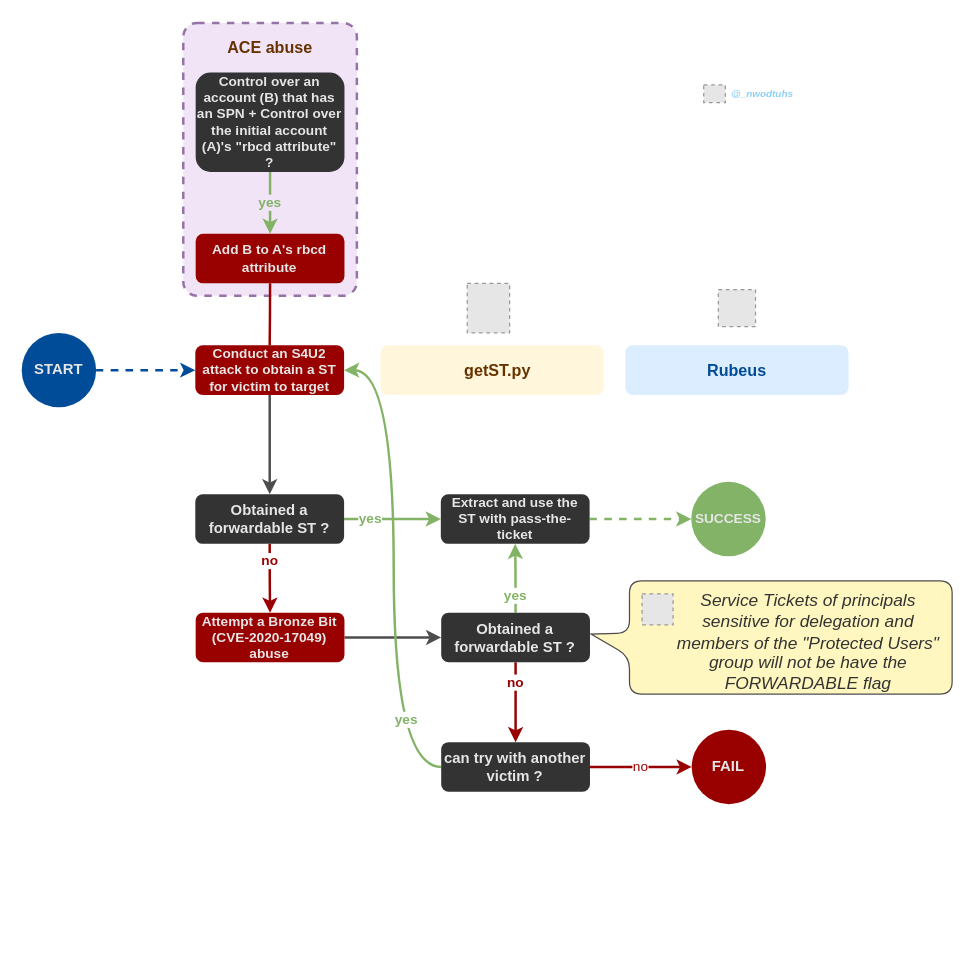
Before: page "rbcd" (3 of 4) of .assets/drawios/Kerberos_delegations.drawio in The-Hacker-Recipes/The-Hacker-Recipes, a draw.io diagram. Source tidied: cells renumbered, new cells numbered last; positions are measured from the earlier drawing's top-left corner, leaving out a move shared by most shapes. Both pictures are drawn from the tidied source at 124%, with x=0, y=0 at pixel (21, 22). Pictures stored in the file or linked from it are replaced by grey dashed boxes.
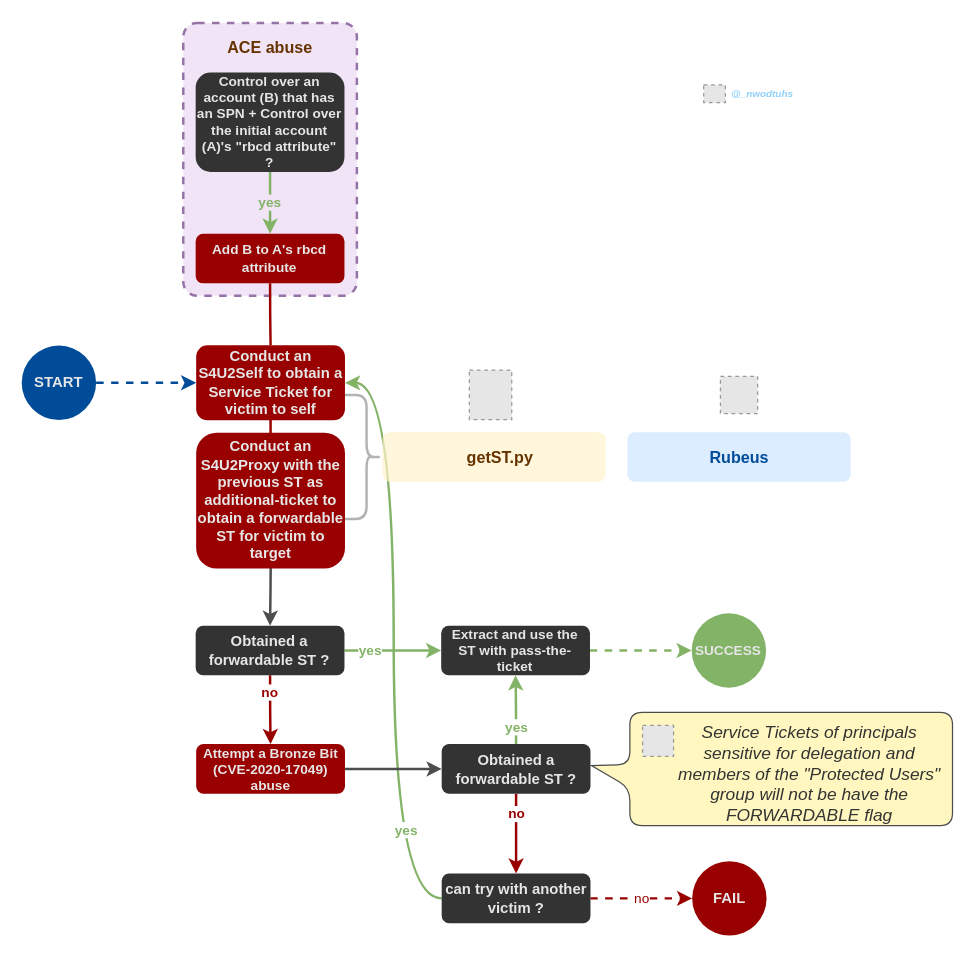
The same diagram, later.

Unchanged cells that the change refers to:
```xml
<mxCell id="33" value="Add B to A's rbcd attribute" style="rounded=1;whiteSpace=wrap;html=1;fontColor=#E6E6E6;fontStyle=1;strokeColor=none;fillColor=#990000;fontSize=11;" parent="1" vertex="1">
  <mxGeometry x="140.3" y="170" width="120" height="40" as="geometry" />
</mxCell>
```

Diff of the diagram source:
```diff
@@
+    <mxCell id="38" style="shape=curlyBracket;whiteSpace=wrap;html=1;rounded=1;flipH=1;size=0.40535062829347385;strokeColor=#B3B3B3;strokeWidth=2;" parent="1" vertex="1">
+      <mxGeometry x="260.7" y="300" width="29.3" height="100" as="geometry" />
+    </mxCell>
+    <mxCell id="26" value="yes" style="edgeStyle=orthogonalEdgeStyle;rounded=0;jettySize=auto;html=1;labelBackgroundColor=#ffffff;endArrow=classic;endFill=1;strokeWidth=2;fontSize=11;curved=1;fontColor=#82B366;strokeColor=#82B366;fontStyle=1;entryX=1;entryY=0.5;entryDx=0;entryDy=0;" parent="1" edge="1" source="28" target="40">
+      <mxGeometry x="-0.62" y="-10" relative="1" as="geometry">
+        <Array as="points">
+          <mxPoint x="300" y="706" />
+          <mxPoint x="300" y="290" />
+        </Array>
+      </mxGeometry>
+    </mxCell>
@@
-    <mxCell id="3" style="edgeStyle=orthogonalEdgeStyle;rounded=0;jettySize=auto;html=1;fontSize=11;fontColor=#000000;strokeWidth=2;curved=1;strokeColor=#004C99;dashed=1;entryX=0;entryY=0.5;entryDx=0;entryDy=0;" parent="1" edge="1" source="4" target="8">
+    <mxCell id="3" style="edgeStyle=orthogonalEdgeStyle;rounded=0;jettySize=auto;html=1;fontSize=11;fontColor=#000000;strokeWidth=2;curved=1;strokeColor=#004C99;dashed=1;entryX=0;entryY=0.5;entryDx=0;entryDy=0;" parent="1" edge="1" source="4" target="40">
       <mxGeometry relative="1" as="geometry" />
     </mxCell>
     <mxCell id="4" value="START" style="ellipse;whiteSpace=wrap;html=1;fontSize=12;fontStyle=1;fontColor=#E6E6E6;strokeColor=none;fillColor=#004C99;" parent="1" vertex="1">
-      <mxGeometry y="250" width="60" height="60" as="geometry" />
+      <mxGeometry y="260.2" width="60" height="60" as="geometry" />
     </mxCell>
@@
-    <mxCell id="7" style="edgeStyle=orthogonalEdgeStyle;rounded=0;jettySize=auto;html=1;labelBackgroundColor=#ffffff;endArrow=classic;endFill=1;strokeColor=#4D4D4D;strokeWidth=2;fontSize=11;fontColor=#000000;curved=1;" parent="1" edge="1" source="8" target="17">
-      <mxGeometry relative="1" as="geometry" />
+    <mxCell id="7" style="edgeStyle=orthogonalEdgeStyle;rounded=0;jettySize=auto;html=1;labelBackgroundColor=#ffffff;endArrow=classic;endFill=1;strokeColor=#4D4D4D;strokeWidth=2;fontSize=11;fontColor=#000000;curved=1;exitX=0.5;exitY=1;exitDx=0;exitDy=0;" parent="1" edge="1" target="17">
+      <mxGeometry relative="1" as="geometry">
+        <mxPoint x="200.7" y="356" as="sourcePoint" />
+      </mxGeometry>
     </mxCell>
-    <mxCell id="8" value="Conduct an S4U2 attack to obtain a ST for victim to target" style="rounded=1;whiteSpace=wrap;html=1;fontColor=#E6E6E6;fontStyle=1;strokeColor=none;fillColor=#990000;fontSize=11;" parent="1" vertex="1">
-      <mxGeometry x="140" y="260" width="120" height="40" as="geometry" />
-    </mxCell>
     <mxCell id="9" style="rounded=1;whiteSpace=wrap;html=1;fillColor=#fff2cc;strokeColor=none;opacity=70;" parent="1" vertex="1">
-      <mxGeometry x="289.3" y="260" width="180" height="40" as="geometry" />
+      <mxGeometry x="291" y="330" width="180" height="40" as="geometry" />
     </mxCell>
     <mxCell id="10" style="rounded=1;whiteSpace=wrap;html=1;fillColor=#CCE5FF;opacity=70;strokeColor=none;" parent="1" vertex="1">
-      <mxGeometry x="486.8" y="260" width="180" height="40" as="geometry" />
+      <mxGeometry x="488.5" y="330" width="180" height="40" as="geometry" />
     </mxCell>
     <mxCell id="11" value="Rubeus" style="text;html=1;strokeColor=none;fillColor=none;align=center;verticalAlign=middle;whiteSpace=wrap;rounded=0;fontSize=13;fontStyle=1;fontColor=#004C99;" parent="1" vertex="1">
-      <mxGeometry x="491.8" y="270" width="170" height="20" as="geometry" />
+      <mxGeometry x="493.5" y="340" width="170" height="20" as="geometry" />
     </mxCell>
     <mxCell id="12" value="getST.py" style="text;html=1;strokeColor=none;fillColor=none;align=center;verticalAlign=middle;whiteSpace=wrap;rounded=0;fontSize=13;fontStyle=1;fontColor=#663300;" parent="1" vertex="1">
-      <mxGeometry x="299.3" y="270" width="170" height="20" as="geometry" />
+      <mxGeometry x="301" y="340" width="170" height="20" as="geometry" />
     </mxCell>
     <mxCell id="13" style="fillColor=#E6E6E6;strokeColor=#999999;dashed=1;verticalLabelPosition=bottom;labelBackgroundColor=#ffffff;verticalAlign=top;" parent="1" vertex="1">
-      <mxGeometry x="359.3" y="210" width="34.2" height="40" as="geometry" />
+      <mxGeometry x="361" y="280" width="34.2" height="40" as="geometry" />
     </mxCell>
     <mxCell id="14" style="fillColor=#E6E6E6;strokeColor=#999999;dashed=1;verticalLabelPosition=bottom;labelBackgroundColor=#ffffff;verticalAlign=top;" parent="1" vertex="1">
-      <mxGeometry x="561.8" y="215" width="30" height="30" as="geometry" />
+      <mxGeometry x="563.5" y="285" width="30" height="30" as="geometry" />
     </mxCell>
@@
     <mxCell id="17" value="Obtained a forwardable ST ?" style="rounded=1;whiteSpace=wrap;html=1;fontColor=#E6E6E6;fontStyle=1;strokeColor=none;fontSize=12;fillColor=#333333;" parent="1" vertex="1">
-      <mxGeometry x="140" y="380.1" width="120" height="40" as="geometry" />
+      <mxGeometry x="140.3" y="486.1" width="120" height="40" as="geometry" />
     </mxCell>
@@
     <mxCell id="19" value="Extract and use the ST with pass-the-ticket" style="rounded=1;whiteSpace=wrap;html=1;fontColor=#E6E6E6;fontStyle=1;strokeColor=none;fontSize=11;fillColor=#333333;" parent="1" vertex="1">
-      <mxGeometry x="338" y="380.1" width="120" height="40" as="geometry" />
+      <mxGeometry x="338.3" y="486.1" width="120" height="40" as="geometry" />
     </mxCell>
     <mxCell id="20" value="SUCCESS" style="ellipse;whiteSpace=wrap;html=1;fontSize=11;fontStyle=1;fillColor=#82B366;strokeColor=none;fontColor=#E6E6E6;" parent="1" vertex="1">
-      <mxGeometry x="540" y="370.1" width="60" height="60" as="geometry" />
+      <mxGeometry x="540.3" y="476.1" width="60" height="60" as="geometry" />
     </mxCell>
@@
     <mxCell id="22" value="Attempt a Bronze Bit (CVE-2020-17049) abuse" style="rounded=1;whiteSpace=wrap;html=1;fontColor=#E6E6E6;fontStyle=1;strokeColor=none;fillColor=#990000;fontSize=11;" parent="1" vertex="1">
-      <mxGeometry x="140.3" y="475.6" width="120" height="40" as="geometry" />
+      <mxGeometry x="140.7" y="581.6" width="120" height="40" as="geometry" />
     </mxCell>
@@
     <mxCell id="25" value="Obtained a forwardable ST ?" style="rounded=1;whiteSpace=wrap;html=1;fontColor=#E6E6E6;fontStyle=1;strokeColor=none;fontSize=12;fillColor=#333333;" parent="1" vertex="1">
-      <mxGeometry x="338.3" y="475.6" width="120" height="40" as="geometry" />
+      <mxGeometry x="338.7" y="581.6" width="120" height="40" as="geometry" />
     </mxCell>
-    <mxCell id="26" value="yes" style="edgeStyle=orthogonalEdgeStyle;rounded=0;jettySize=auto;html=1;labelBackgroundColor=#ffffff;endArrow=classic;endFill=1;strokeWidth=2;fontSize=11;curved=1;fontColor=#82B366;strokeColor=#82B366;fontStyle=1;" parent="1" edge="1" source="28" target="8">
-      <mxGeometry x="-0.62" y="-10" relative="1" as="geometry">
-        <Array as="points">
-          <mxPoint x="300" y="600" />
-          <mxPoint x="300" y="280" />
-        </Array>
-      </mxGeometry>
-    </mxCell>
-    <mxCell id="27" value="no" style="edgeStyle=orthogonalEdgeStyle;rounded=0;jettySize=auto;html=1;labelBackgroundColor=#ffffff;endArrow=classic;endFill=1;strokeColor=#990000;strokeWidth=2;fontSize=11;fontColor=#990000;curved=1;" parent="1" edge="1" source="28" target="29">
+    <mxCell id="27" value="no" style="edgeStyle=orthogonalEdgeStyle;rounded=0;jettySize=auto;html=1;labelBackgroundColor=#ffffff;endArrow=classic;endFill=1;strokeColor=#990000;strokeWidth=2;fontSize=11;fontColor=#990000;curved=1;dashed=1;" parent="1" edge="1" source="28" target="29">
       <mxGeometry relative="1" as="geometry" />
     </mxCell>
     <mxCell id="28" value="can try with another victim ?" style="rounded=1;whiteSpace=wrap;html=1;fontColor=#E6E6E6;fontStyle=1;strokeColor=none;fontSize=12;fillColor=#333333;" parent="1" vertex="1">
-      <mxGeometry x="338.3" y="580" width="120" height="40" as="geometry" />
+      <mxGeometry x="338.7" y="686" width="120" height="40" as="geometry" />
     </mxCell>
     <mxCell id="29" value="FAIL" style="ellipse;whiteSpace=wrap;html=1;fillColor=#990000;fontSize=12;fontStyle=1;fontColor=#E6E6E6;strokeColor=none;" parent="1" vertex="1">
-      <mxGeometry x="540.3" y="570" width="60" height="60" as="geometry" />
+      <mxGeometry x="540.7" y="676" width="60" height="60" as="geometry" />
     </mxCell>
@@
-    <mxCell id="32" style="edgeStyle=orthogonalEdgeStyle;curved=1;rounded=0;jettySize=auto;html=1;labelBackgroundColor=#ffffff;endArrow=none;endFill=0;strokeWidth=2;fontSize=11;fontColor=#990000;strokeColor=#990000;" parent="1" edge="1" source="33" target="8">
+    <mxCell id="32" style="edgeStyle=orthogonalEdgeStyle;curved=1;rounded=0;jettySize=auto;html=1;labelBackgroundColor=#ffffff;endArrow=none;endFill=0;strokeWidth=2;fontSize=11;fontColor=#990000;strokeColor=#990000;entryX=0.5;entryY=0;entryDx=0;entryDy=0;" parent="1" edge="1" source="33" target="40">
       <mxGeometry relative="1" as="geometry" />
     </mxCell>
@@
     <mxCell id="35" style="shape=callout;whiteSpace=wrap;html=1;perimeter=calloutPerimeter;fillColor=#FFF7BF;gradientColor=none;fontSize=10;fontColor=#666666;align=left;rounded=1;position2=0.47;rotation=90;base=19;size=31;position=0.46;strokeWidth=1;strokeColor=#4D4D4D;" parent="1" vertex="1">
-      <mxGeometry x="559.1" y="350" width="91.3" height="291.2" as="geometry" />
+      <mxGeometry x="559.4" y="456" width="91.3" height="291.2" as="geometry" />
     </mxCell>
     <mxCell id="36" style="fillColor=#E6E6E6;strokeColor=#999999;dashed=1;verticalLabelPosition=bottom;labelBackgroundColor=#ffffff;verticalAlign=top;" parent="1" vertex="1">
-      <mxGeometry x="500.3" y="460.5" width="25" height="25" as="geometry" />
+      <mxGeometry x="500.7" y="566.5" width="25" height="25" as="geometry" />
     </mxCell>
     <mxCell id="37" value="&lt;span style=&quot;color: rgb(51 , 51 , 51) ; font-size: 14px&quot;&gt;Service Tickets of principals sensitive for&amp;nbsp;&lt;/span&gt;&lt;span style=&quot;color: rgb(51 , 51 , 51) ; font-size: 14px&quot;&gt;delegation and members of&amp;nbsp;&lt;/span&gt;&lt;span style=&quot;color: rgb(51 , 51 , 51) ; font-size: 14px&quot;&gt;the &quot;Protected Users&quot; group will not be have the FORWARDABLE flag&lt;/span&gt;" style="text;whiteSpace=wrap;html=1;fontSize=11;labelBackgroundColor=none;align=center;fontStyle=2;" parent="1" vertex="1">
-      <mxGeometry x="525.3" y="451.1" width="219" height="70" as="geometry" />
+      <mxGeometry x="525.7" y="557.1" width="219" height="70" as="geometry" />
     </mxCell>
+    <mxCell id="39" style="edgeStyle=orthogonalEdgeStyle;rounded=0;jettySize=auto;html=1;fontSize=11;fontColor=#000000;strokeWidth=2;curved=1;endArrow=none;endFill=0;strokeColor=#990000;" parent="1" edge="1" source="40" target="41">
+      <mxGeometry relative="1" as="geometry" />
+    </mxCell>
+    <mxCell id="40" value="Conduct an S4U2Self to obtain a Service Ticket for victim to self" style="rounded=1;whiteSpace=wrap;html=1;fontColor=#E6E6E6;fontStyle=1;strokeColor=none;fillColor=#990000;" parent="1" vertex="1">
+      <mxGeometry x="140.7" y="260" width="120" height="60.5" as="geometry" />
+    </mxCell>
+    <mxCell id="41" value="Conduct an S4U2Proxy with the previous ST as additional-ticket to obtain a forwardable ST for victim to target" style="rounded=1;whiteSpace=wrap;html=1;fontColor=#E6E6E6;fontStyle=1;strokeColor=none;fillColor=#990000;" parent="1" vertex="1">
+      <mxGeometry x="140.7" y="330.5" width="120" height="109.5" as="geometry" />
+    </mxCell>
```
